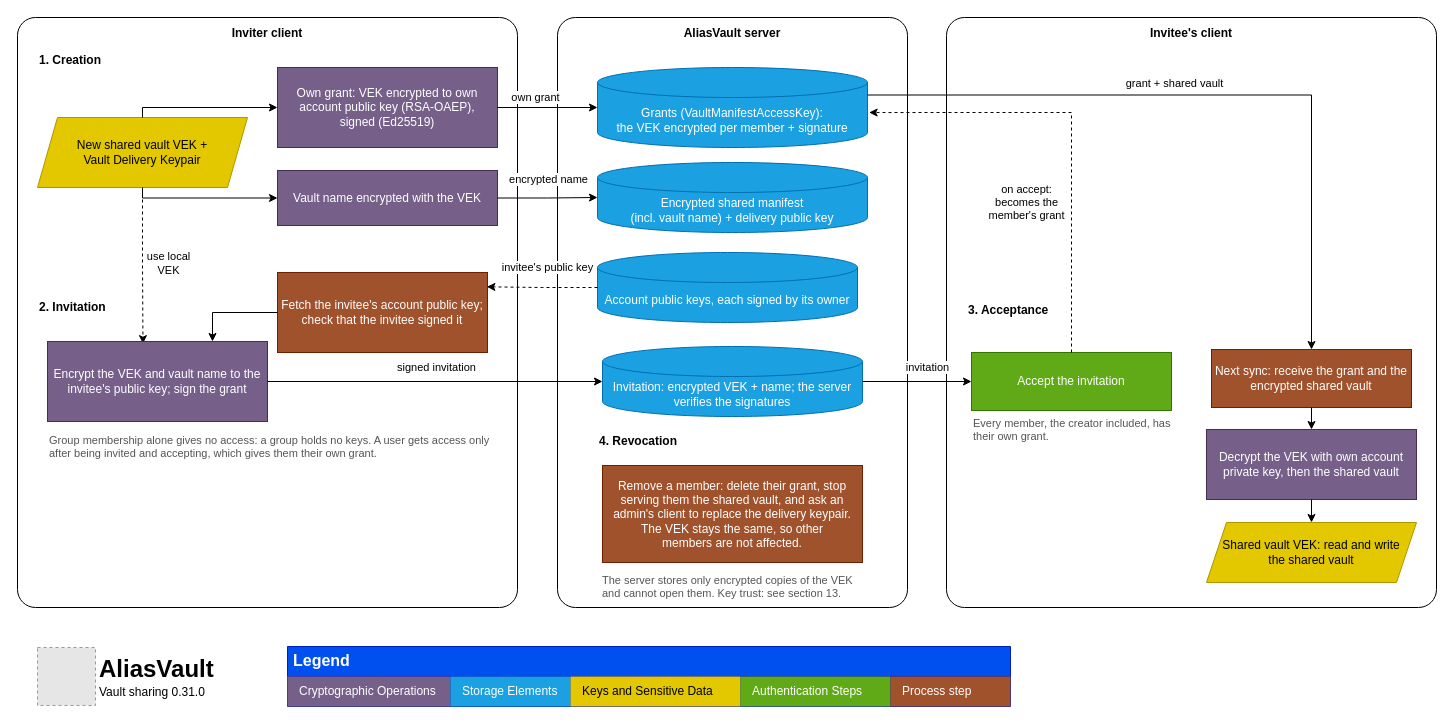
Before: docs/static/assets/diagrams/whitepaper/10-vault-sharing.drawio in aliasvault/aliasvault, a draw.io diagram. Source tidied: cells renumbered, new cells numbered last; positions are measured from the earlier drawing's top-left corner, leaving out a move shared by most shapes. Both pictures are drawn from the tidied source at 100%, with x=0, y=0 at pixel (17, 17). Pictures stored in the file or linked from it are replaced by grey dashed boxes.
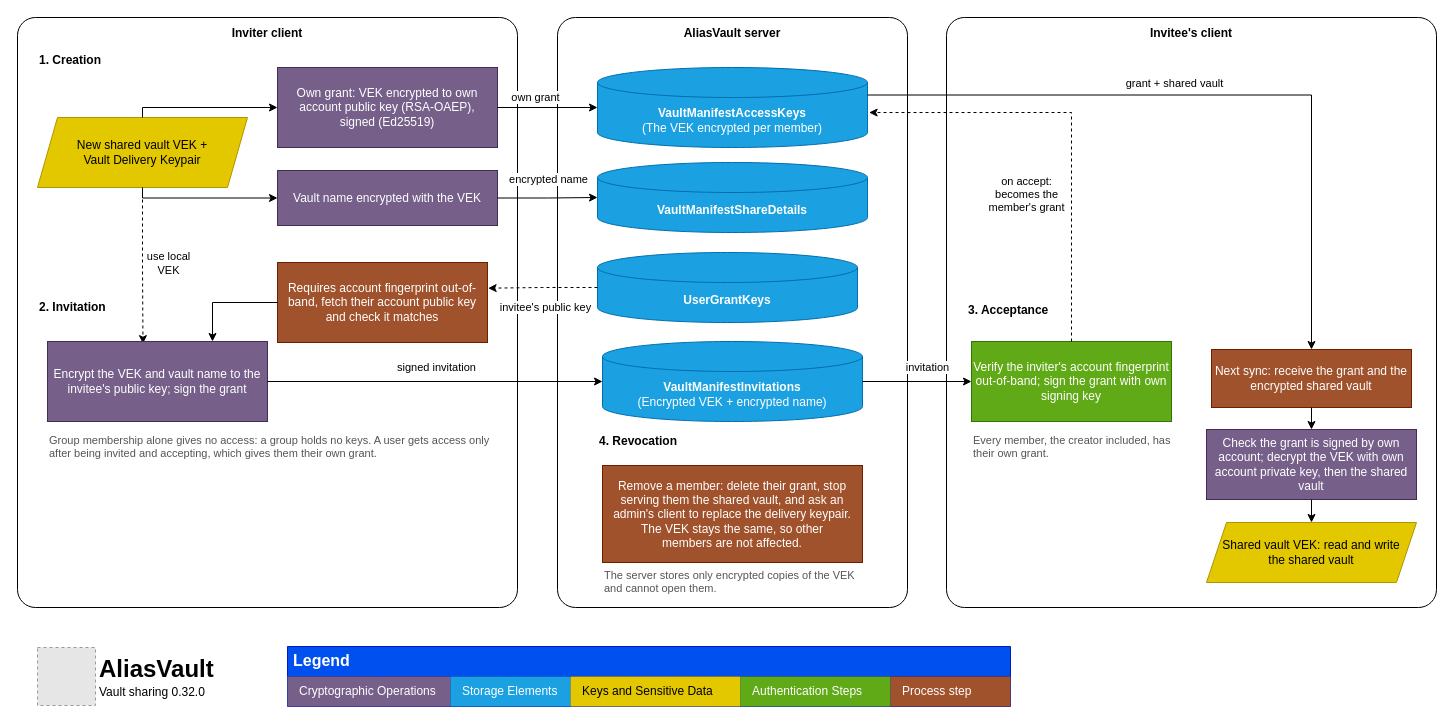
The same page after the edit.

What changed in the source:
```diff
@@
-    <mxCell id="13" value="Grants (VaultManifestAccessKey): &lt;br&gt;the VEK encrypted per member + signature" style="shape=cylinder3;whiteSpace=wrap;html=1;boundedLbl=1;backgroundOutline=1;size=15;fillColor=light-dark(#1ba1e2,#1ba1e2);fontColor=light-dark(#ffffff,#ffffff);strokeColor=light-dark(#006EAF,#006EAF);" parent="1" vertex="1">
+    <mxCell id="13" value="&lt;b&gt;VaultManifestAccessKeys&lt;/b&gt;&lt;br&gt;(The VEK encrypted per member)" style="shape=cylinder3;whiteSpace=wrap;html=1;boundedLbl=1;backgroundOutline=1;size=15;fillColor=light-dark(#1ba1e2,#1ba1e2);fontColor=light-dark(#ffffff,#ffffff);strokeColor=light-dark(#006EAF,#006EAF);" parent="1" vertex="1">
       <mxGeometry x="580" y="50" width="270" height="80" as="geometry" />
     </mxCell>
-    <mxCell id="14" value="Encrypted shared manifest &lt;br&gt;(incl. vault name) + delivery public key" style="shape=cylinder3;whiteSpace=wrap;html=1;boundedLbl=1;backgroundOutline=1;size=15;fillColor=light-dark(#1ba1e2,#1ba1e2);fontColor=light-dark(#ffffff,#ffffff);strokeColor=light-dark(#006EAF,#006EAF);" parent="1" vertex="1">
+    <mxCell id="14" value="&lt;b&gt;VaultManifestShareDetails&lt;/b&gt;" style="shape=cylinder3;whiteSpace=wrap;html=1;boundedLbl=1;backgroundOutline=1;size=15;fillColor=light-dark(#1ba1e2,#1ba1e2);fontColor=light-dark(#ffffff,#ffffff);strokeColor=light-dark(#006EAF,#006EAF);" parent="1" vertex="1">
       <mxGeometry x="580" y="145" width="270" height="70" as="geometry" />
     </mxCell>
@@
-    <mxCell id="18" value="Account public keys, each signed by its owner" style="shape=cylinder3;whiteSpace=wrap;html=1;boundedLbl=1;backgroundOutline=1;size=15;fillColor=light-dark(#1ba1e2,#1ba1e2);fontColor=light-dark(#ffffff,#ffffff);strokeColor=light-dark(#006EAF,#006EAF);" parent="1" vertex="1">
+    <mxCell id="18" value="&lt;b&gt;UserGrantKeys&lt;/b&gt;" style="shape=cylinder3;whiteSpace=wrap;html=1;boundedLbl=1;backgroundOutline=1;size=15;fillColor=light-dark(#1ba1e2,#1ba1e2);fontColor=light-dark(#ffffff,#ffffff);strokeColor=light-dark(#006EAF,#006EAF);" parent="1" vertex="1">
       <mxGeometry x="580" y="235" width="260" height="70" as="geometry" />
     </mxCell>
-    <mxCell id="19" value="Fetch the invitee's account public key; check that the invitee signed it" style="rounded=0;whiteSpace=wrap;html=1;fillColor=light-dark(#a0522d,#a0522d);fontColor=light-dark(#ffffff,#ffffff);strokeColor=light-dark(#6D1F00,#6D1F00);" parent="1" vertex="1">
-      <mxGeometry x="260" y="255" width="210" height="80" as="geometry" />
+    <mxCell id="19" value="Requires account fingerprint out-of-band, fetch their account public key and check it matches" style="rounded=0;whiteSpace=wrap;html=1;fillColor=light-dark(#a0522d,#a0522d);fontColor=light-dark(#ffffff,#ffffff);strokeColor=light-dark(#6D1F00,#6D1F00);" parent="1" vertex="1">
+      <mxGeometry x="260" y="245" width="210" height="80" as="geometry" />
     </mxCell>
@@
-    <mxCell id="21" value="invitee's public key" style="edgeStyle=orthogonalEdgeStyle;rounded=0;jettySize=auto;html=1;dashed=1;exitX=0;exitY=0.5;exitDx=0;exitDy=0;entryX=0.997;entryY=0.179;entryDx=0;entryDy=0;entryPerimeter=0;" parent="1" edge="1" source="18" target="19">
-      <mxGeometry y="-20" relative="1" as="geometry">
-        <mxPoint x="5" y="1" as="offset" />
-      </mxGeometry>
+    <mxCell id="21" value="invitee's public key" style="edgeStyle=orthogonalEdgeStyle;rounded=0;jettySize=auto;html=1;dashed=1;exitX=0;exitY=0.5;exitDx=0;exitDy=0;entryX=1.003;entryY=0.321;entryDx=0;entryDy=0;entryPerimeter=0;" parent="1" edge="1" source="18" target="19">
+      <mxGeometry x="-0.06" y="20" relative="1" as="geometry" />
     </mxCell>
@@
-    <mxCell id="23" value="Invitation: encrypted VEK + name; the server verifies the signatures" style="shape=cylinder3;whiteSpace=wrap;html=1;boundedLbl=1;backgroundOutline=1;size=15;fillColor=light-dark(#1ba1e2,#1ba1e2);fontColor=light-dark(#ffffff,#ffffff);strokeColor=light-dark(#006EAF,#006EAF);" parent="1" vertex="1">
-      <mxGeometry x="585" y="329" width="260" height="70" as="geometry" />
+    <mxCell id="23" value="&lt;b&gt;VaultManifestInvitations&lt;br&gt;&lt;/b&gt;(Encrypted VEK + encrypted name)" style="shape=cylinder3;whiteSpace=wrap;html=1;boundedLbl=1;backgroundOutline=1;size=15;fillColor=light-dark(#1ba1e2,#1ba1e2);fontColor=light-dark(#ffffff,#ffffff);strokeColor=light-dark(#006EAF,#006EAF);" parent="1" vertex="1">
+      <mxGeometry x="585" y="324" width="260" height="80" as="geometry" />
     </mxCell>
@@
-    <mxCell id="26" value="Accept the invitation" style="rounded=0;whiteSpace=wrap;html=1;fillColor=light-dark(#60a917,#60a917);fontColor=light-dark(#ffffff,#ffffff);strokeColor=light-dark(#2D7600,#2D7600);" parent="1" vertex="1">
-      <mxGeometry x="954" y="335" width="200" height="58" as="geometry" />
+    <mxCell id="26" value="Verify the inviter's account fingerprint out-of-band; sign the grant with own signing key" style="rounded=0;whiteSpace=wrap;html=1;fillColor=light-dark(#60a917,#60a917);fontColor=light-dark(#ffffff,#ffffff);strokeColor=light-dark(#2D7600,#2D7600);" parent="1" vertex="1">
+      <mxGeometry x="954" y="324" width="200" height="80" as="geometry" />
     </mxCell>
@@
-    <mxCell id="31" value="Decrypt the VEK with own account private key, then the shared vault" style="text;html=1;align=center;verticalAlign=middle;whiteSpace=wrap;rounded=0;fillColor=light-dark(#76608a,#76608a);fontColor=light-dark(#ffffff,#ffffff);strokeColor=light-dark(#432D57,#432D57);" parent="1" vertex="1">
+    <mxCell id="31" value="Check the grant is signed by own account; decrypt the VEK with own account private key, then the shared vault" style="text;html=1;align=center;verticalAlign=middle;whiteSpace=wrap;rounded=0;fillColor=light-dark(#76608a,#76608a);fontColor=light-dark(#ffffff,#ffffff);strokeColor=light-dark(#432D57,#432D57);" parent="1" vertex="1">
       <mxGeometry x="1189" y="412" width="210" height="70" as="geometry" />
     </mxCell>
@@
-    <mxCell id="38" value="The server stores only encrypted copies of the VEK and cannot open them. Key trust: see section 13." style="text;html=1;align=left;verticalAlign=top;whiteSpace=wrap;rounded=0;fontSize=11;fontColor=#555555;" parent="1" vertex="1">
-      <mxGeometry x="583" y="550" width="270" height="30" as="geometry" />
+    <mxCell id="38" value="The server stores only encrypted copies of the VEK and cannot open them." style="text;html=1;align=left;verticalAlign=top;whiteSpace=wrap;rounded=0;fontSize=11;fontColor=#555555;" parent="1" vertex="1">
+      <mxGeometry x="585" y="545" width="270" height="30" as="geometry" />
     </mxCell>
     <mxCell id="39" value="Every member, the creator included, has their own grant." style="text;html=1;align=left;verticalAlign=top;whiteSpace=wrap;rounded=0;fontSize=11;fontColor=#555555;" parent="1" vertex="1">
-      <mxGeometry x="954" y="393" width="210" height="50" as="geometry" />
+      <mxGeometry x="954" y="410" width="210" height="50" as="geometry" />
     </mxCell>
@@
-    <mxCell id="42" value="Vault sharing 0.31.0" style="text;html=1;align=left;verticalAlign=middle;strokeColor=none;fillColor=none;" parent="1" vertex="1">
+    <mxCell id="42" value="Vault sharing 0.32.0" style="text;html=1;align=left;verticalAlign=middle;strokeColor=none;fillColor=none;" parent="1" vertex="1">
       <mxGeometry x="80" y="660" width="240" height="30" as="geometry" />
     </mxCell>
```
